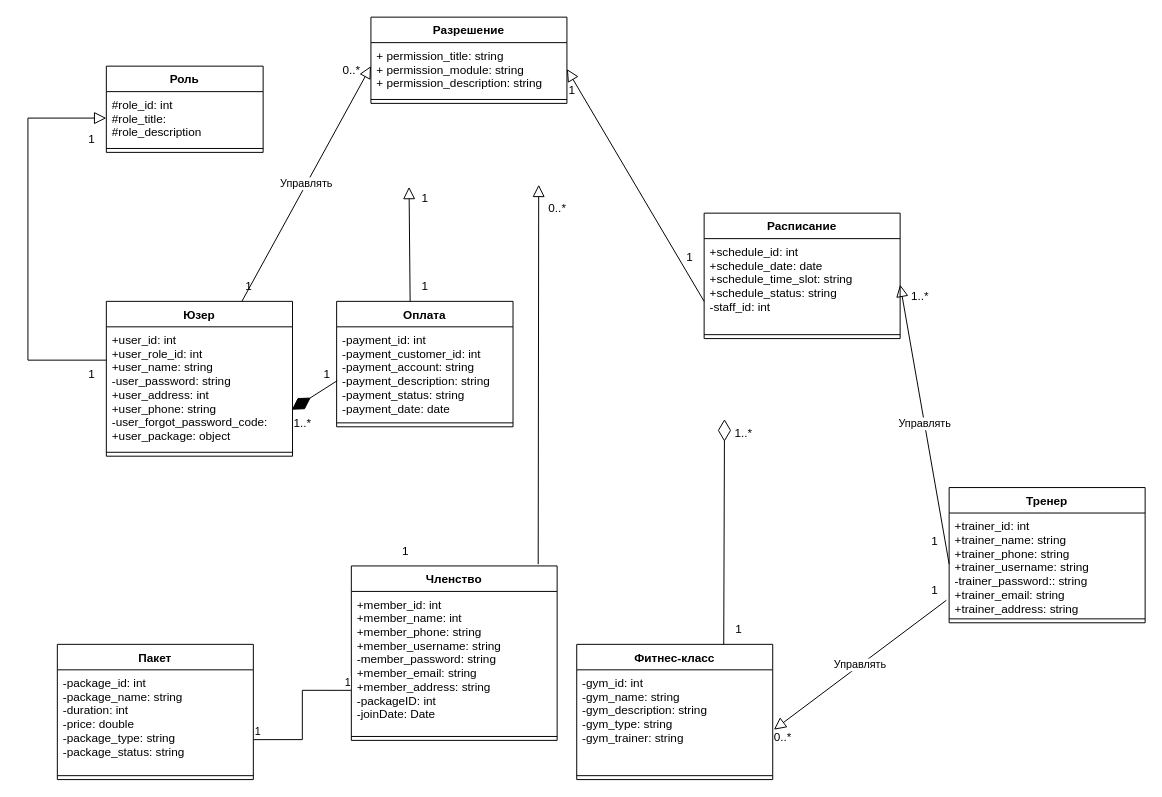
Above: page "Bản sao của Class Diagram" (1 of 7) of Biểu đồ không có tiêu đề.drawio in quyettranvu/Lab2-3_UML (draw.io), before the change. Source tidied: cells renumbered, new cells numbered last; positions are measured from the earlier drawing's top-left corner, leaving out a move shared by most shapes. Both pictures are drawn from the tidied source at 98%, with x=0, y=0 at pixel (27, 17).
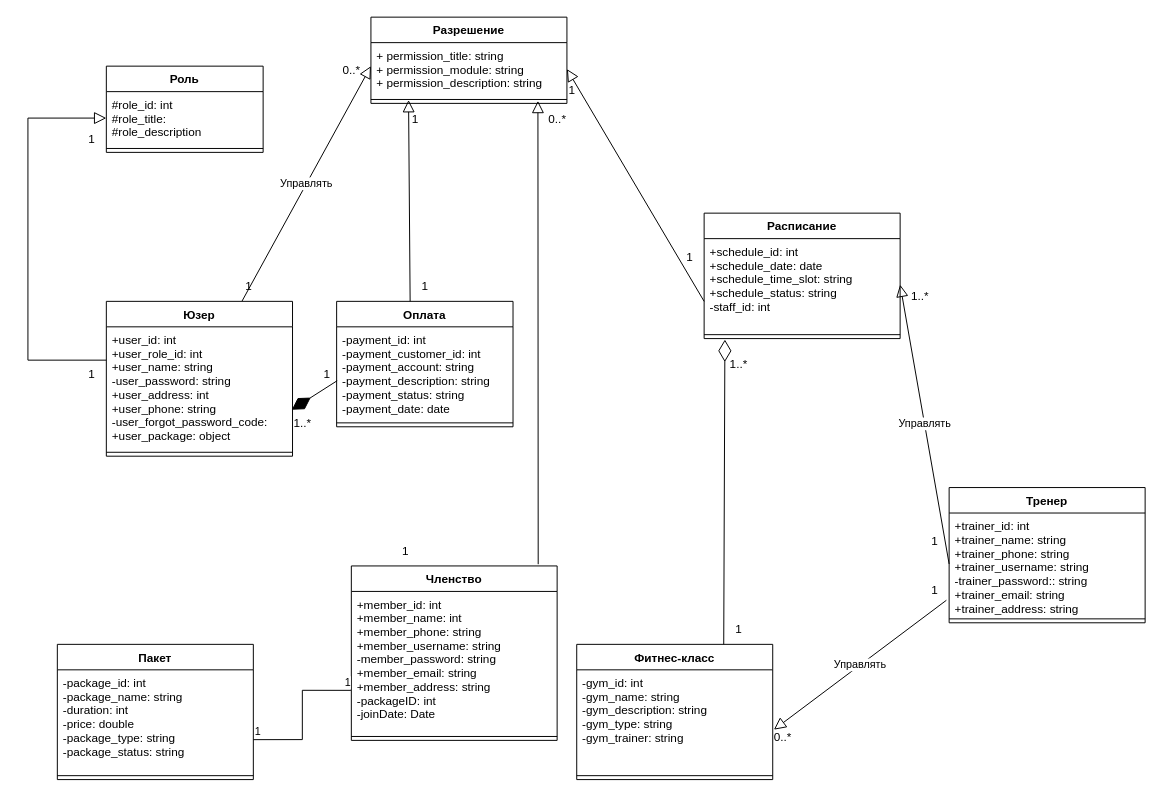
Above is the later version.

The change refers to these unchanged cells:
```xml
<mxCell id="6" value="+ permission_title: string&#10;+ permission_module: string&#10;+ permission_description: string&#10;" style="text;strokeColor=none;fillColor=none;align=left;verticalAlign=top;spacingLeft=4;spacingRight=4;overflow=hidden;points=[[0,0.5],[1,0.5]];portConstraint=eastwest;" parent="5" vertex="1">
  <mxGeometry y="26" width="200" height="54" as="geometry" />
</mxCell>
<mxCell id="7" style="line;strokeWidth=1;fillColor=none;align=left;verticalAlign=middle;spacingTop=-1;spacingLeft=3;spacingRight=3;labelPosition=right;points=[];portConstraint=eastwest;strokeColor=inherit;" parent="5" vertex="1">
  <mxGeometry y="80" width="200" height="8" as="geometry" />
</mxCell>
<mxCell id="13" value="Членство" style="swimlane;fontStyle=1;align=center;verticalAlign=top;horizontal=1;startSize=26;" parent="1" vertex="1">
  <mxGeometry x="330" y="560" width="210" height="178" as="geometry" />
</mxCell>
<mxCell id="25" style="line;strokeWidth=1;fillColor=none;align=left;verticalAlign=middle;spacingTop=-1;spacingLeft=3;spacingRight=3;labelPosition=right;points=[];portConstraint=eastwest;strokeColor=inherit;" parent="23" vertex="1">
  <mxGeometry y="120" width="200" height="8" as="geometry" />
</mxCell>
<mxCell id="26" value="Фитнес-класс" style="swimlane;fontStyle=1;align=center;verticalAlign=top;horizontal=1;startSize=26;" parent="1" vertex="1">
  <mxGeometry x="560" y="640" width="200" height="138" as="geometry" />
</mxCell>
```

The edit, as a diff of the source:
```diff
@@
-    <mxCell id="22" style="endArrow=block;endFill=0;html=1;rounded=0;exitX=0.908;exitY=-0.01;exitDx=0;exitDy=0;entryX=0.856;entryY=1.012;entryDx=0;entryDy=0;entryPerimeter=0;exitPerimeter=0;endSize=10;" parent="1" edge="1" source="13">
-      <mxGeometry relative="1" as="geometry">
-        <mxPoint x="521.2" y="171" as="targetPoint" />
-      </mxGeometry>
+    <mxCell id="22" style="endArrow=block;endFill=0;html=1;rounded=0;exitX=0.908;exitY=-0.01;exitDx=0;exitDy=0;entryX=0.852;entryY=0.675;entryDx=0;entryDy=0;entryPerimeter=0;exitPerimeter=0;endSize=10;" parent="1" edge="1" source="13" target="7">
+      <mxGeometry relative="1" as="geometry" />
     </mxCell>
@@
     <mxCell id="43" value="1..*" style="text;html=1;align=center;verticalAlign=middle;fillColor=none;strokeColor=none;rounded=0;" parent="1" vertex="1">
-      <mxGeometry x="710" y="410" width="40" height="30" as="geometry" />
+      <mxGeometry x="705" y="339" width="40" height="30" as="geometry" />
     </mxCell>
@@
     <mxCell id="50" value="0..*" style="text;html=1;align=center;verticalAlign=middle;fillColor=none;strokeColor=none;rounded=0;" parent="1" vertex="1">
-      <mxGeometry x="520" y="180" width="40" height="30" as="geometry" />
+      <mxGeometry x="520" y="90" width="40" height="30" as="geometry" />
     </mxCell>
@@
-    <mxCell id="53" style="endArrow=diamondThin;endFill=0;html=1;rounded=0;exitX=0.75;exitY=0;exitDx=0;exitDy=0;endSize=20;entryX=0.104;entryY=1.002;entryDx=0;entryDy=0;entryPerimeter=0;" parent="1" edge="1" source="26">
-      <mxGeometry relative="1" as="geometry">
-        <mxPoint x="710.8" y="410.2" as="targetPoint" />
-      </mxGeometry>
+    <mxCell id="53" style="endArrow=diamondThin;endFill=0;html=1;rounded=0;exitX=0.75;exitY=0;exitDx=0;exitDy=0;endSize=20;entryX=0.106;entryY=1.125;entryDx=0;entryDy=0;entryPerimeter=0;" parent="1" edge="1" source="26" target="25">
+      <mxGeometry relative="1" as="geometry" />
     </mxCell>
@@
-    <mxCell id="55" style="endArrow=block;endFill=0;html=1;rounded=0;entryX=-0.037;entryY=0.106;entryDx=0;entryDy=0;entryPerimeter=0;endSize=10;" parent="1" edge="1" target="56">
+    <mxCell id="55" style="endArrow=block;endFill=0;html=1;rounded=0;entryX=0.192;entryY=1.085;entryDx=0;entryDy=0;entryPerimeter=0;endSize=10;" parent="1" edge="1" target="6">
       <mxGeometry relative="1" as="geometry">
         <mxPoint x="390" y="290" as="sourcePoint" />
       </mxGeometry>
     </mxCell>
     <mxCell id="56" value="1" style="text;html=1;align=center;verticalAlign=middle;points=[];fillColor=none;strokeColor=none;rounded=0;" parent="1" vertex="1">
-      <mxGeometry x="390" y="170" width="30" height="30" as="geometry" />
+      <mxGeometry x="380" y="90" width="30" height="30" as="geometry" />
     </mxCell>
```
